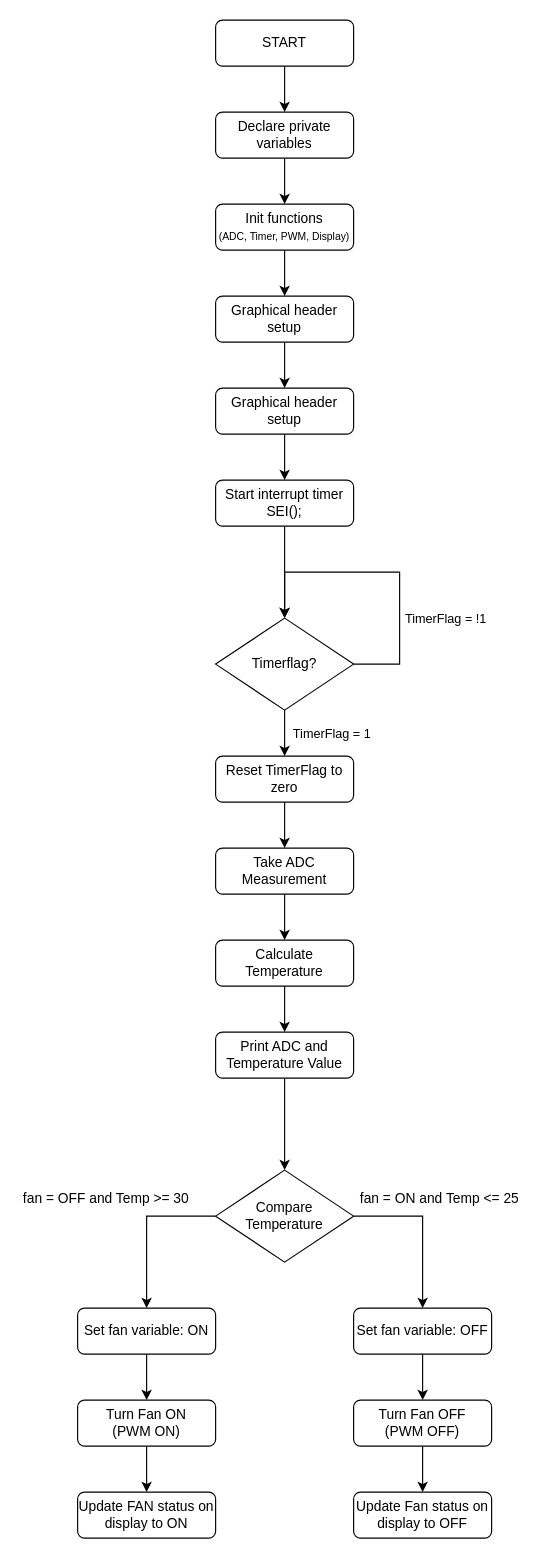
Earlier version of the draw.io diagram flowchart.drawio (mattbvdl/Eindopdracht-PRMIC). Source tidied: cells renumbered, new cells numbered last; positions are measured from the earlier drawing's top-left corner, leaving out a move shared by most shapes. Both pictures are drawn from the tidied source at 115%, with x=0, y=0 at pixel (20, 20).
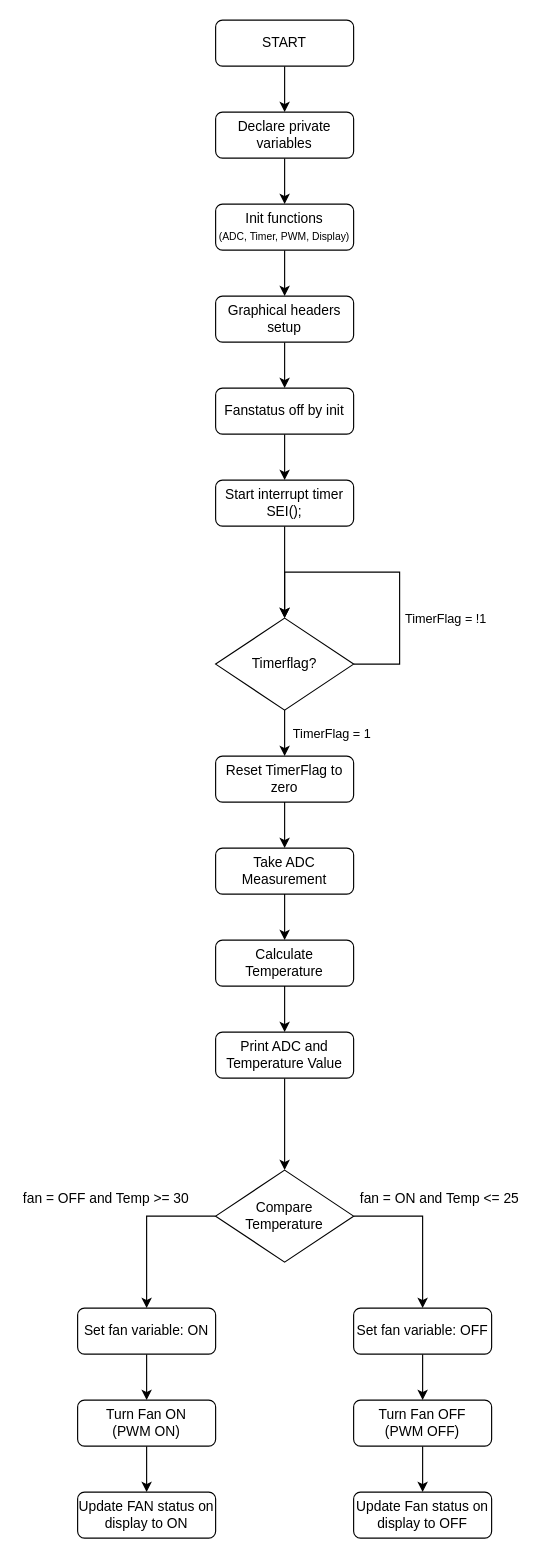
After the change.

Change to the diagram source:
```diff
@@
-    <mxCell id="10" value="Graphical header setup" style="rounded=1;whiteSpace=wrap;html=1;roundedPerimeter=1;" parent="1" vertex="1">
+    <mxCell id="10" value="Graphical headers setup" style="rounded=1;whiteSpace=wrap;html=1;roundedPerimeter=1;" parent="1" vertex="1">
       <mxGeometry x="170" y="240" width="120" height="40" as="geometry" />
     </mxCell>
@@
-    <mxCell id="14" value="Graphical header setup" style="rounded=1;whiteSpace=wrap;html=1;roundedPerimeter=1;" parent="1" vertex="1">
+    <mxCell id="14" value="Fanstatus off by init" style="rounded=1;whiteSpace=wrap;html=1;roundedPerimeter=1;" parent="1" vertex="1">
       <mxGeometry x="170" y="320" width="120" height="40" as="geometry" />
     </mxCell>
```
